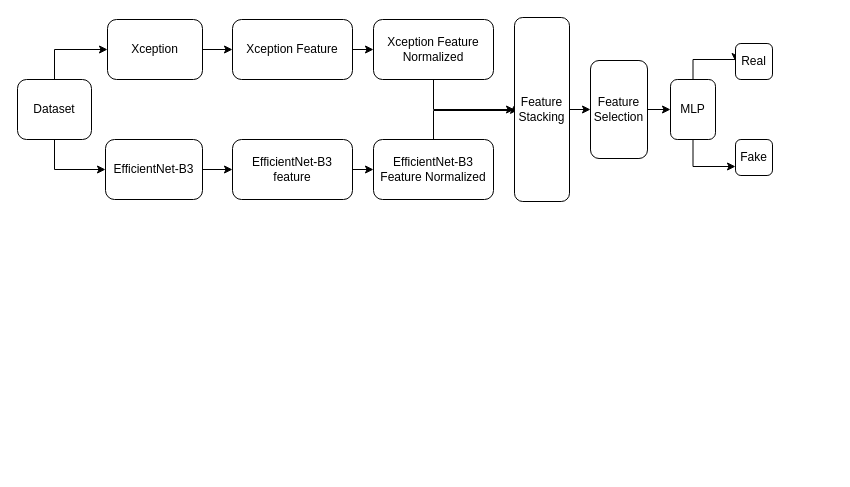
The draw.io diagram Untitled Diagram.drawio in nguyenmanhtuan2004/nguyenmanhtuan2004, before the edit. Source tidied: cells renumbered, new cells numbered last; positions are measured from the earlier drawing's top-left corner, leaving out a move shared by most shapes. Both pictures are drawn from the tidied source at 100%, with x=0, y=0 at pixel (17, 17).
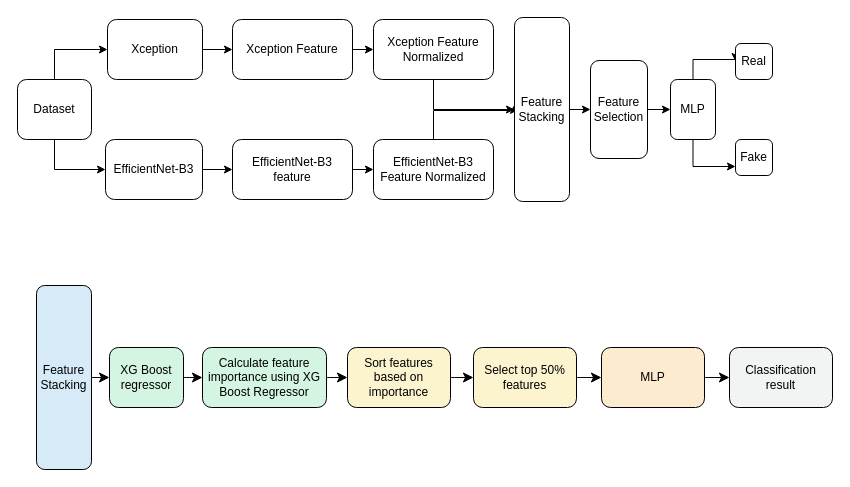
The same diagram, later.

Change to the diagram source:
```diff
@@
+    <mxCell id="26" style="edgeStyle=none;curved=1;rounded=0;jettySize=auto;html=1;exitX=1;exitY=0.5;exitDx=0;exitDy=0;entryX=0;entryY=0.5;entryDx=0;entryDy=0;fontSize=12;startSize=8;endSize=8;" parent="1" edge="1" source="27" target="29">
+      <mxGeometry relative="1" as="geometry" />
+    </mxCell>
+    <mxCell id="27" value="Feature Stacking" style="rounded=1;whiteSpace=wrap;html=1;fillColor=#D6EAF8;" parent="1" vertex="1">
+      <mxGeometry x="19" y="268" width="55" height="184" as="geometry" />
+    </mxCell>
+    <mxCell id="28" style="edgeStyle=none;curved=1;rounded=0;jettySize=auto;html=1;exitX=1;exitY=0.5;exitDx=0;exitDy=0;entryX=0;entryY=0.5;entryDx=0;entryDy=0;fontSize=12;startSize=8;endSize=8;" parent="1" edge="1" source="29" target="31">
+      <mxGeometry relative="1" as="geometry" />
+    </mxCell>
+    <mxCell id="29" value="XG Boost regressor" style="rounded=1;whiteSpace=wrap;html=1;fillColor=#D5F5E3;" parent="1" vertex="1">
+      <mxGeometry x="92" y="330" width="74" height="60" as="geometry" />
+    </mxCell>
+    <mxCell id="30" style="edgeStyle=none;curved=1;rounded=0;jettySize=auto;html=1;exitX=1;exitY=0.5;exitDx=0;exitDy=0;entryX=0;entryY=0.5;entryDx=0;entryDy=0;fontSize=12;startSize=8;endSize=8;" parent="1" edge="1" source="31" target="33">
+      <mxGeometry relative="1" as="geometry" />
+    </mxCell>
+    <mxCell id="31" value="Calculate feature importance using XG Boost Regressor" style="rounded=1;whiteSpace=wrap;html=1;fillColor=#D5F5E3;" parent="1" vertex="1">
+      <mxGeometry x="185" y="330" width="124" height="60" as="geometry" />
+    </mxCell>
+    <mxCell id="32" style="edgeStyle=none;curved=1;rounded=0;jettySize=auto;html=1;exitX=1;exitY=0.5;exitDx=0;exitDy=0;fontSize=12;startSize=8;endSize=8;" parent="1" edge="1" source="33" target="35">
+      <mxGeometry relative="1" as="geometry" />
+    </mxCell>
+    <mxCell id="33" value="Sort features based on importance" style="rounded=1;whiteSpace=wrap;html=1;fillColor=#FCF3CF;" parent="1" vertex="1">
+      <mxGeometry x="330" y="330" width="103" height="60" as="geometry" />
+    </mxCell>
+    <mxCell id="34" style="edgeStyle=none;curved=1;rounded=0;jettySize=auto;html=1;exitX=1;exitY=0.5;exitDx=0;exitDy=0;entryX=0;entryY=0.5;entryDx=0;entryDy=0;fontSize=12;startSize=8;endSize=8;" parent="1" edge="1" source="35" target="38">
+      <mxGeometry relative="1" as="geometry" />
+    </mxCell>
+    <mxCell id="35" value="Select top 50% features" style="rounded=1;whiteSpace=wrap;html=1;fillColor=#FCF3CF;" parent="1" vertex="1">
+      <mxGeometry x="456" y="330" width="103" height="60" as="geometry" />
+    </mxCell>
+    <mxCell id="36" value="Classification result" style="rounded=1;whiteSpace=wrap;html=1;fillColor=#F2F4F4;" parent="1" vertex="1">
+      <mxGeometry x="712" y="330" width="103" height="60" as="geometry" />
+    </mxCell>
+    <mxCell id="37" style="edgeStyle=none;curved=1;rounded=0;jettySize=auto;html=1;exitX=1;exitY=0.5;exitDx=0;exitDy=0;entryX=0;entryY=0.5;entryDx=0;entryDy=0;fontSize=12;startSize=8;endSize=8;" parent="1" edge="1" source="38" target="36">
+      <mxGeometry relative="1" as="geometry" />
+    </mxCell>
+    <mxCell id="38" value="MLP" style="rounded=1;whiteSpace=wrap;html=1;fillColor=#FDEBD0;" parent="1" vertex="1">
+      <mxGeometry x="584" y="330" width="103" height="60" as="geometry" />
+    </mxCell>
```
